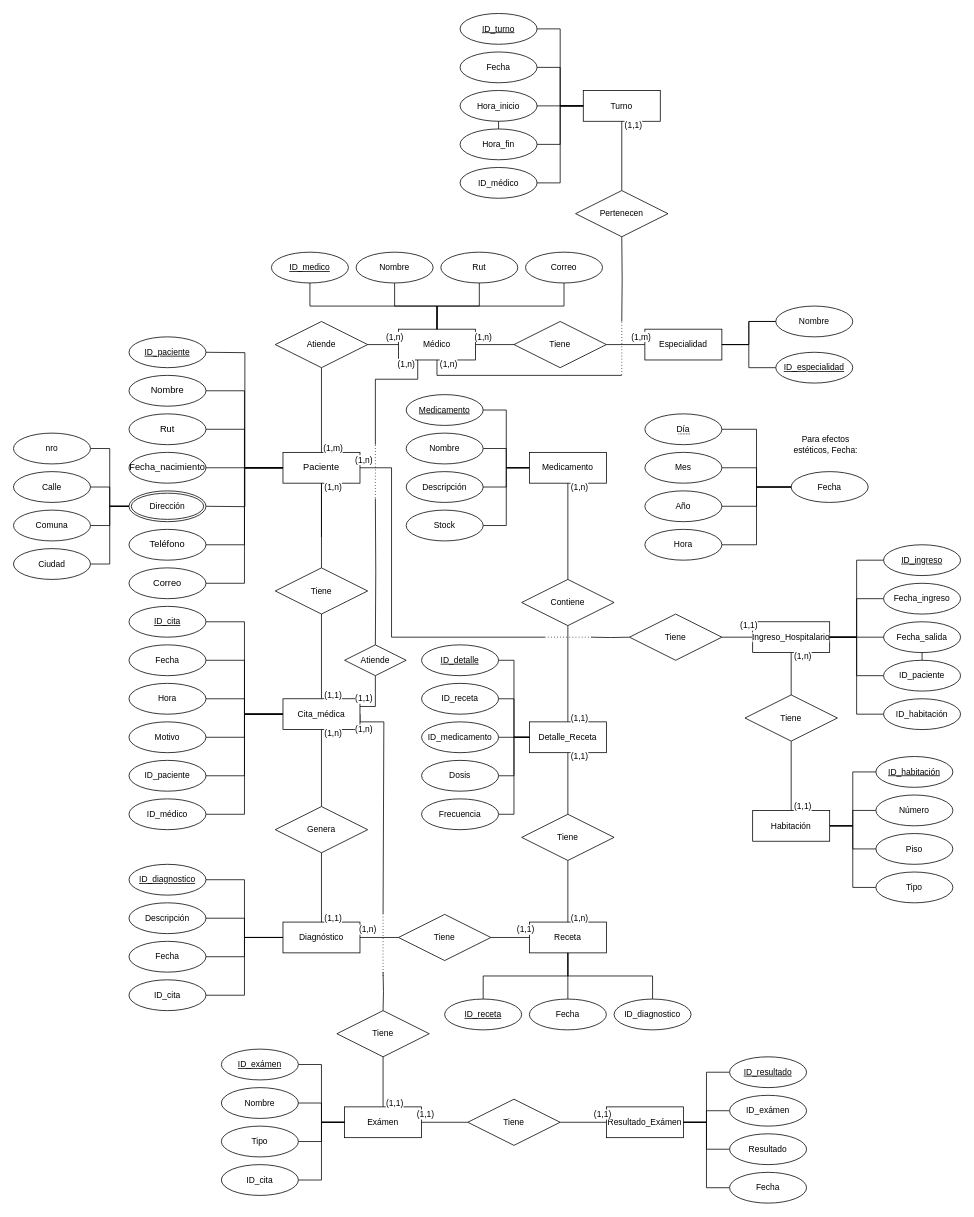
Above: Diagrama sin título.drawio in eSwayyy/data_modeling (draw.io), before the change. Source tidied: cells renumbered, new cells numbered last; positions are measured from the earlier drawing's top-left corner, leaving out a move shared by most shapes. Both pictures are drawn from the tidied source at 77%, with x=0, y=0 at pixel (13, 13).
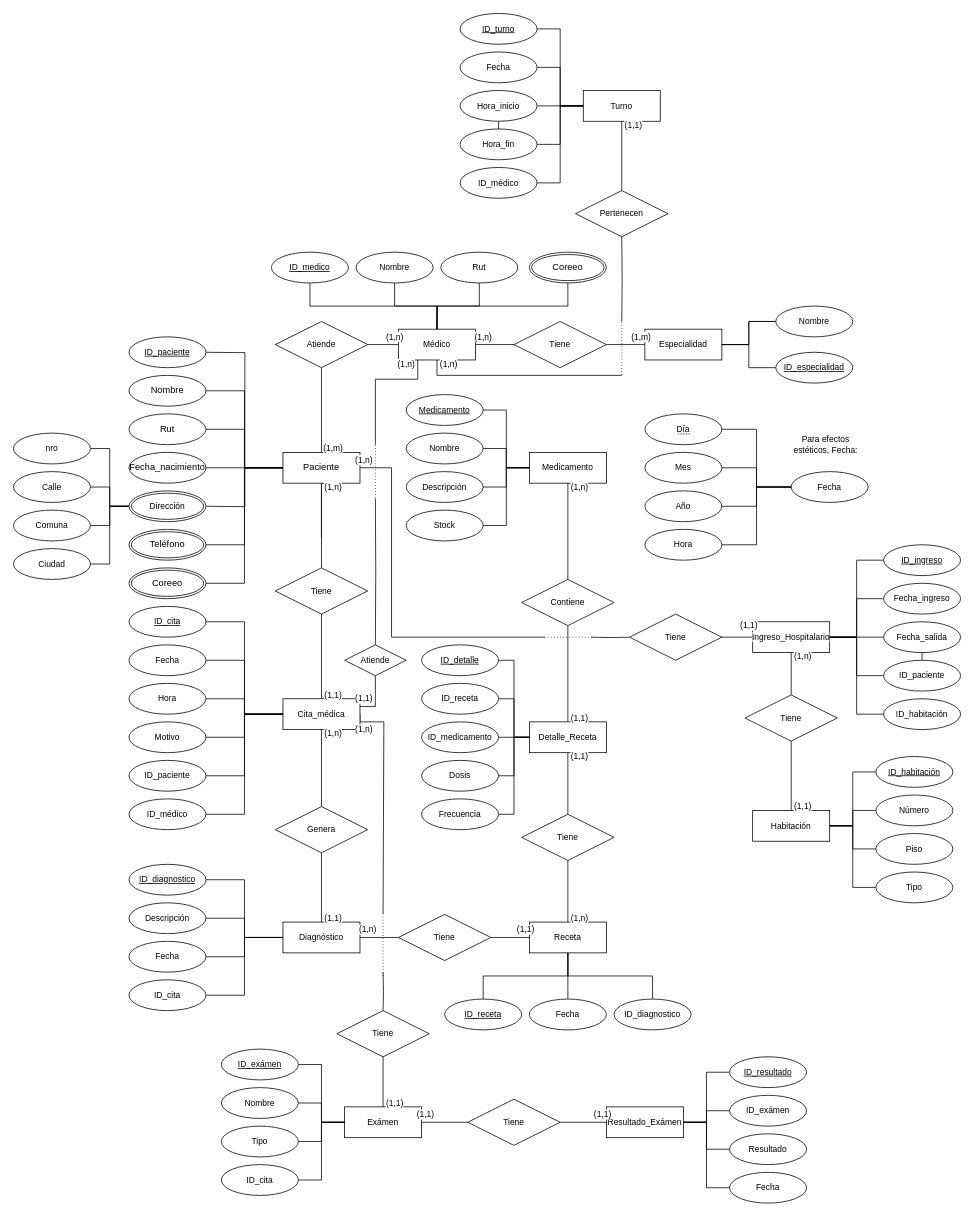
Above is the later version.

Commit message:
Atributos Multivaluados

The change refers to these unchanged cells:
```xml
<mxCell id="4" value="Paciente" style="whiteSpace=wrap;html=1;align=center;" parent="1" vertex="1">
  <mxGeometry x="350" y="570" width="100" height="40" as="geometry" />
</mxCell>
```

Change to the diagram source:
```diff
@@
-    <mxCell id="14" value="Teléfono" style="ellipse;whiteSpace=wrap;html=1;align=center;" parent="1" vertex="1">
-      <mxGeometry x="150" y="670" width="100" height="40" as="geometry" />
-    </mxCell>
-    <mxCell id="15" style="edgeStyle=orthogonalEdgeStyle;shape=connector;rounded=0;jettySize=auto;html=1;exitX=1;exitY=0.5;exitDx=0;exitDy=0;entryX=0;entryY=0.5;entryDx=0;entryDy=0;strokeColor=default;align=center;verticalAlign=middle;fontFamily=Helvetica;fontSize=11;fontColor=default;labelBackgroundColor=default;startFill=0;endArrow=none;" parent="1" edge="1" source="16" target="4">
+    <mxCell id="15" style="edgeStyle=orthogonalEdgeStyle;shape=connector;rounded=0;jettySize=auto;html=1;exitX=1;exitY=0.5;exitDx=0;exitDy=0;entryX=0;entryY=0.5;entryDx=0;entryDy=0;strokeColor=default;align=center;verticalAlign=middle;fontFamily=Helvetica;fontSize=11;fontColor=default;labelBackgroundColor=default;startFill=0;endArrow=none;" parent="1" edge="1" source="222" target="4">
       <mxGeometry relative="1" as="geometry" />
     </mxCell>
-    <mxCell id="16" value="Correo" style="ellipse;whiteSpace=wrap;html=1;align=center;" parent="1" vertex="1">
-      <mxGeometry x="150" y="720" width="100" height="40" as="geometry" />
-    </mxCell>
@@
-    <mxCell id="40" style="edgeStyle=orthogonalEdgeStyle;shape=connector;rounded=0;jettySize=auto;html=1;exitX=0.5;exitY=1;exitDx=0;exitDy=0;strokeColor=default;align=center;verticalAlign=middle;fontFamily=Helvetica;fontSize=11;fontColor=default;labelBackgroundColor=default;startFill=0;endArrow=none;" parent="1" edge="1" source="41">
+    <mxCell id="40" style="edgeStyle=orthogonalEdgeStyle;shape=connector;rounded=0;jettySize=auto;html=1;exitX=0.5;exitY=1;exitDx=0;exitDy=0;strokeColor=default;align=center;verticalAlign=middle;fontFamily=Helvetica;fontSize=11;fontColor=default;labelBackgroundColor=default;startFill=0;endArrow=none;" parent="1" edge="1" source="223">
       <mxGeometry relative="1" as="geometry">
         <mxPoint x="550" y="410" as="targetPoint" />
       </mxGeometry>
     </mxCell>
-    <mxCell id="41" value="Correo" style="ellipse;whiteSpace=wrap;html=1;align=center;fontFamily=Helvetica;fontSize=11;fontColor=default;labelBackgroundColor=default;" parent="1" vertex="1">
-      <mxGeometry x="665" y="310" width="100" height="40" as="geometry" />
-    </mxCell>
@@
+    <mxCell id="14" value="Teléfono" style="ellipse;shape=doubleEllipse;margin=3;whiteSpace=wrap;html=1;align=center;" parent="1" vertex="1">
+      <mxGeometry x="150" y="670" width="100" height="40" as="geometry" />
+    </mxCell>
+    <mxCell id="222" value="Coreeo" style="ellipse;shape=doubleEllipse;margin=3;whiteSpace=wrap;html=1;align=center;" parent="1" vertex="1">
+      <mxGeometry x="150" y="720" width="100" height="40" as="geometry" />
+    </mxCell>
+    <mxCell id="223" value="Coreeo" style="ellipse;shape=doubleEllipse;margin=3;whiteSpace=wrap;html=1;align=center;" parent="1" vertex="1">
+      <mxGeometry x="670" y="310" width="100" height="40" as="geometry" />
+    </mxCell>
```
